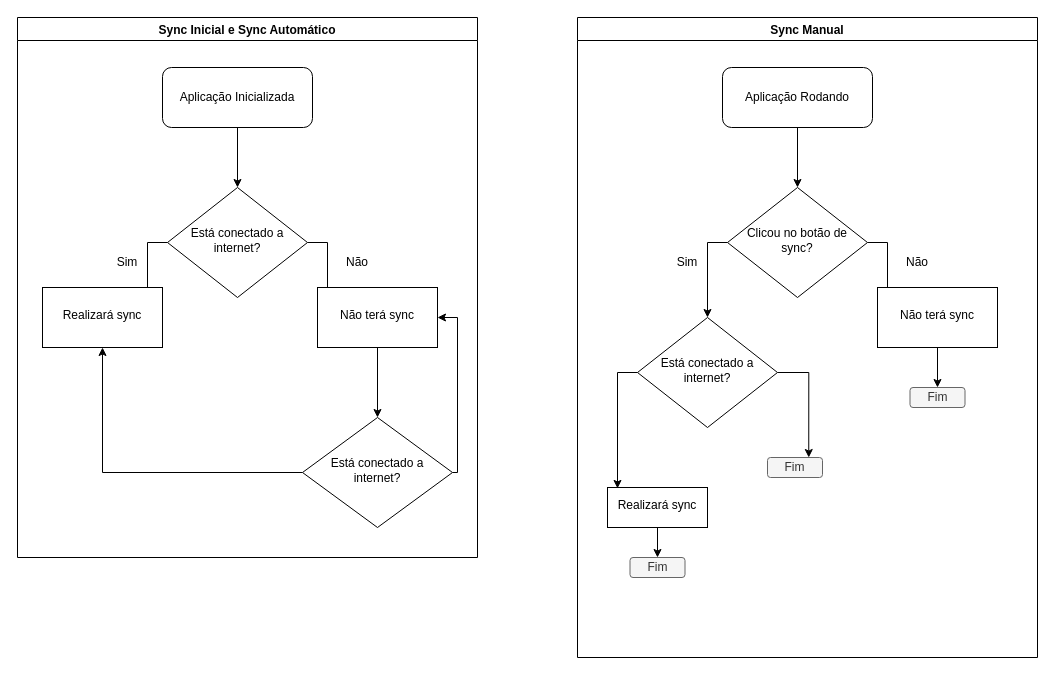
This is Untitled Diagram.drawio from gabrielmouallem/todo-app, a draw.io file, before an edit. Source tidied: cells renumbered, new cells numbered last; positions are measured from the earlier drawing's top-left corner, leaving out a move shared by most shapes. Both pictures are drawn from the tidied source at 100%, with x=0, y=0 at pixel (17, 17).
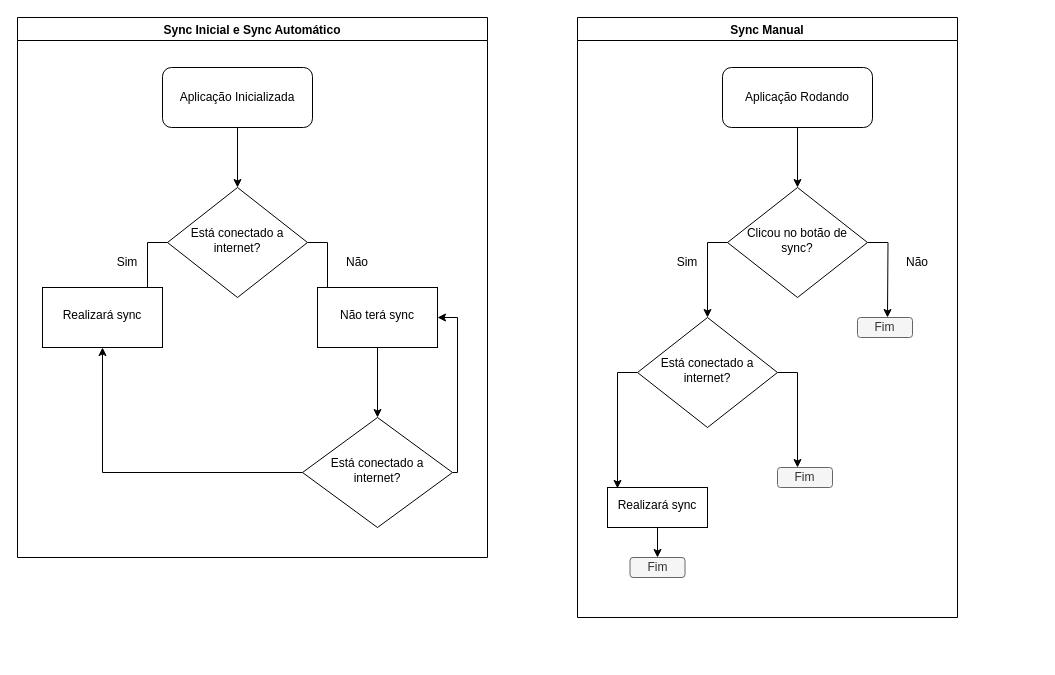
The same diagram, later.

Commit message:
feat: sync flow diagram layout adjustments

The change refers to these unchanged cells:
```xml
<mxCell id="20" value="Clicou no botão de sync?" style="rhombus;whiteSpace=wrap;html=1;shadow=0;fontFamily=Helvetica;fontSize=12;align=center;strokeWidth=1;spacing=6;spacingTop=-4;" parent="1" vertex="1">
  <mxGeometry x="710" y="170" width="140" height="110" as="geometry" />
</mxCell>
<mxCell id="32" value="Está conectado a internet?" style="rhombus;whiteSpace=wrap;html=1;shadow=0;fontFamily=Helvetica;fontSize=12;align=center;strokeWidth=1;spacing=6;spacingTop=-4;" parent="25" vertex="1">
  <mxGeometry x="60" y="300" width="140" height="110" as="geometry" />
</mxCell>
```

Change to the diagram source:
```diff
@@
     <mxCell id="15" value="Sync Inicial e Sync Automático" style="swimlane;" parent="1" vertex="1">
-      <mxGeometry width="460" height="540" as="geometry" />
+      <mxGeometry width="470" height="540" as="geometry" />
     </mxCell>
@@
-    <mxCell id="18" style="edgeStyle=orthogonalEdgeStyle;rounded=0;jettySize=auto;html=1;" parent="1" edge="1" source="20" target="22">
-      <mxGeometry relative="1" as="geometry" />
+    <mxCell id="18" style="edgeStyle=orthogonalEdgeStyle;rounded=0;jettySize=auto;html=1;" parent="1" edge="1" source="20">
+      <mxGeometry relative="1" as="geometry">
+        <mxPoint x="870" y="300" as="targetPoint" />
+      </mxGeometry>
     </mxCell>
@@
-    <mxCell id="21" style="edgeStyle=orthogonalEdgeStyle;rounded=0;jettySize=auto;html=1;" parent="1" edge="1" source="22" target="26">
-      <mxGeometry relative="1" as="geometry" />
-    </mxCell>
-    <mxCell id="22" value="Não terá sync" style="whiteSpace=wrap;html=1;shadow=0;strokeWidth=1;spacing=6;spacingTop=-4;" parent="1" vertex="1">
-      <mxGeometry x="860" y="270" width="120" height="60" as="geometry" />
-    </mxCell>
@@
     <mxCell id="25" value="Sync Manual" style="swimlane;" parent="1" vertex="1">
-      <mxGeometry x="560" width="460" height="640" as="geometry" />
+      <mxGeometry x="560" width="380" height="600" as="geometry" />
     </mxCell>
     <mxCell id="26" value="Fim" style="rounded=1;whiteSpace=wrap;html=1;fillColor=#f5f5f5;fontColor=#333333;strokeColor=#666666;" parent="25" vertex="1">
-      <mxGeometry x="332.5" y="370" width="55" height="20" as="geometry" />
+      <mxGeometry x="280" y="300" width="55" height="20" as="geometry" />
     </mxCell>
@@
-    <mxCell id="31" style="edgeStyle=orthogonalEdgeStyle;rounded=0;jettySize=auto;html=1;exitX=1;exitY=0.5;exitDx=0;exitDy=0;entryX=0.75;entryY=0;entryDx=0;entryDy=0;" parent="25" edge="1" source="32" target="33">
-      <mxGeometry relative="1" as="geometry" />
+    <mxCell id="31" style="edgeStyle=orthogonalEdgeStyle;rounded=0;jettySize=auto;html=1;exitX=1;exitY=0.5;exitDx=0;exitDy=0;" parent="25" edge="1" source="32">
+      <mxGeometry relative="1" as="geometry">
+        <mxPoint x="220" y="450" as="targetPoint" />
+        <Array as="points">
+          <mxPoint x="220" y="355" />
+        </Array>
+      </mxGeometry>
     </mxCell>
@@
     <mxCell id="33" value="Fim" style="rounded=1;whiteSpace=wrap;html=1;fillColor=#f5f5f5;fontColor=#333333;strokeColor=#666666;" parent="25" vertex="1">
-      <mxGeometry x="190" y="440" width="55" height="20" as="geometry" />
+      <mxGeometry x="200" y="450" width="55" height="20" as="geometry" />
     </mxCell>
```
